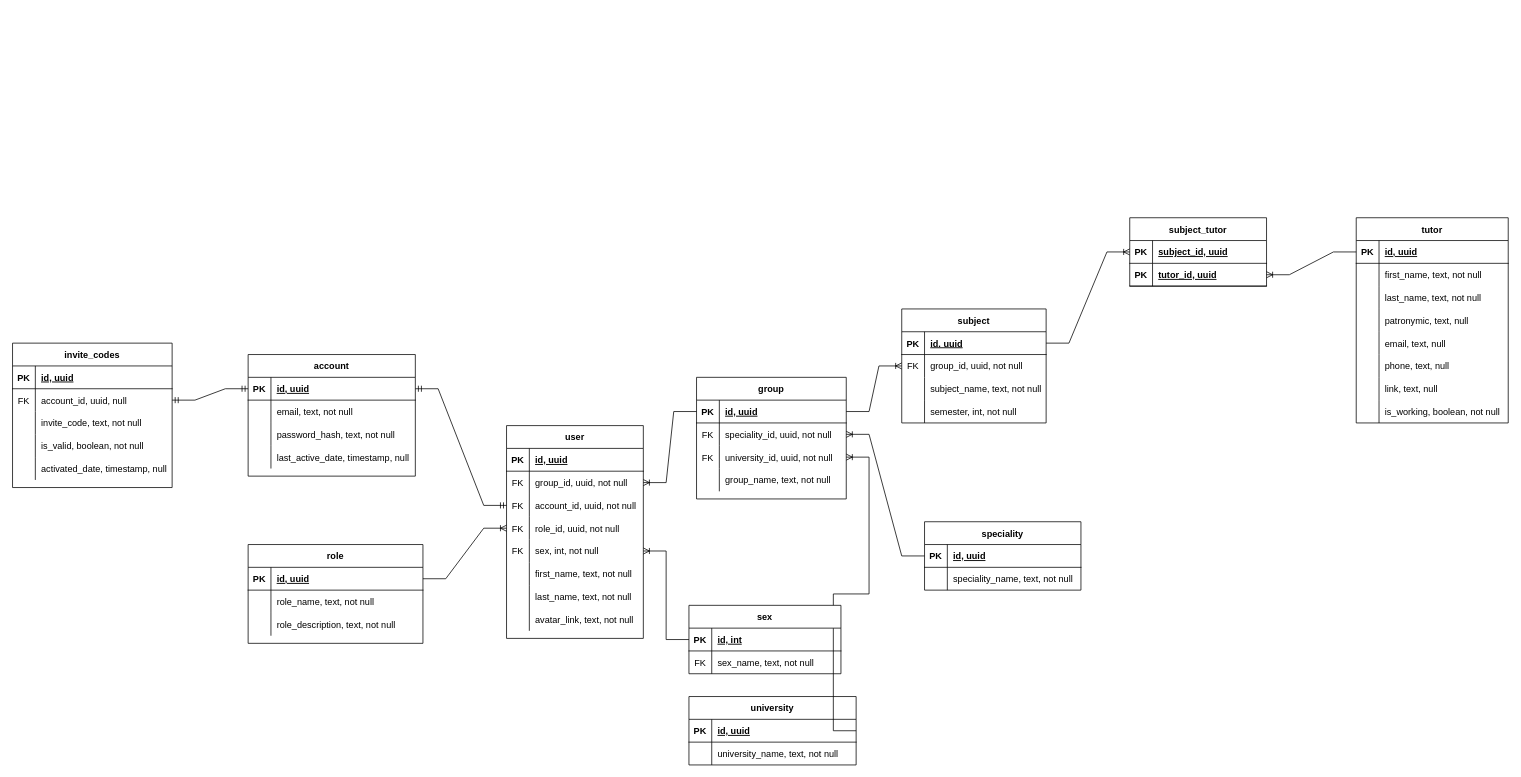
Earlier version of the draw.io diagram databases/physical_erd_dadyarri.drawio (student-archive/docs). Source tidied: cells renumbered, new cells numbered last; positions are measured from the earlier drawing's top-left corner, leaving out a move shared by most shapes. Both pictures are drawn from the tidied source at 76%, with x=0, y=0 at pixel (12, 217).
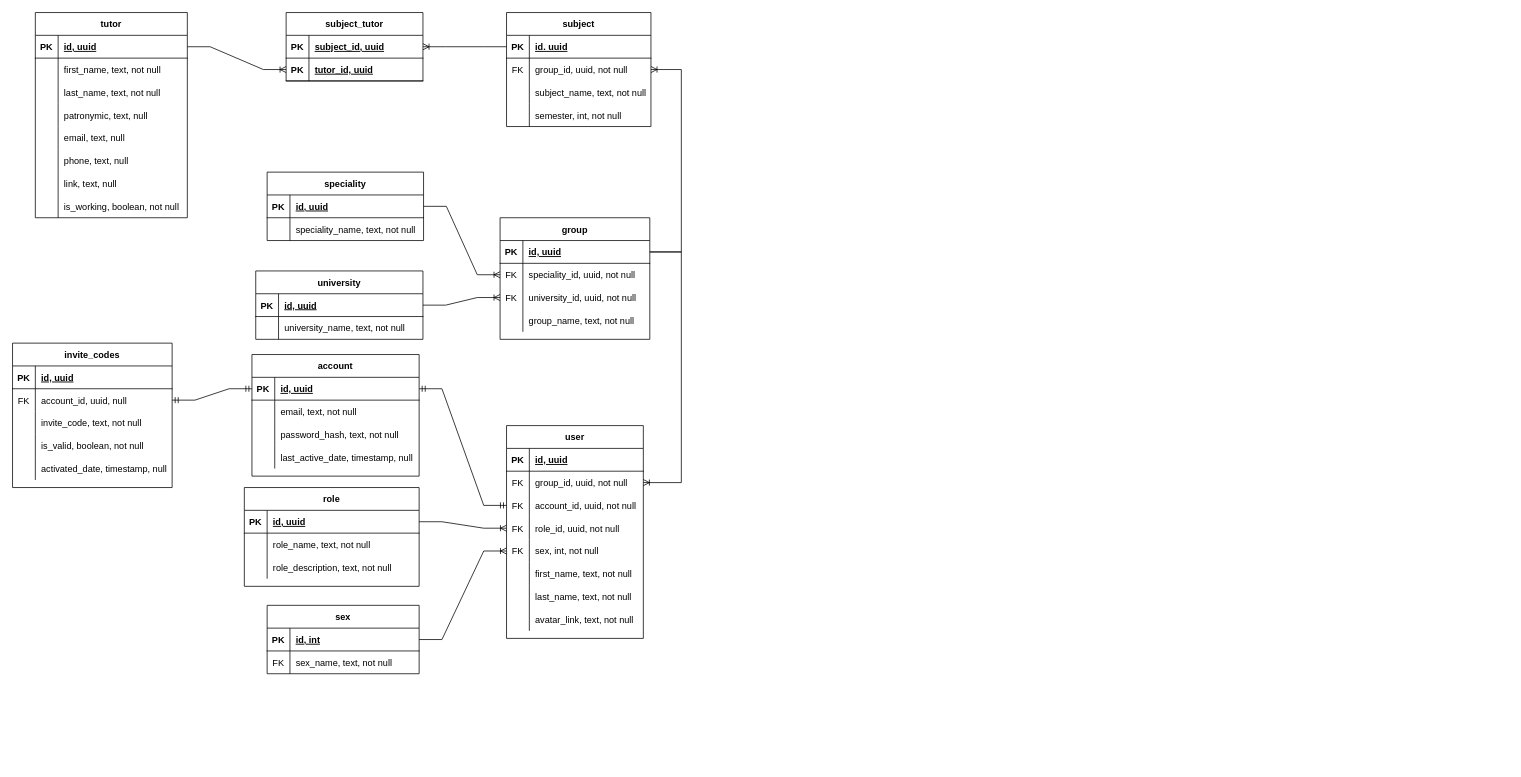
The same page after the edit.

Commit message:
fix(databases): change tables location

Unchanged cells that the change refers to:
```xml
<mxCell id="3" style="shape=tableRow;horizontal=0;startSize=0;swimlaneHead=0;swimlaneBody=0;fillColor=none;points=[[0,0.5],[1,0.5]];portConstraint=eastwest;top=0;left=0;right=0;bottom=1;" parent="2" vertex="1">
  <mxGeometry y="30" width="197" height="30" as="geometry" />
</mxCell>
<mxCell id="6" style="shape=tableRow;horizontal=0;startSize=0;swimlaneHead=0;swimlaneBody=0;fillColor=none;points=[[0,0.5],[1,0.5]];portConstraint=eastwest;top=0;left=0;right=0;bottom=0;" parent="2" vertex="1">
  <mxGeometry y="60" width="197" height="30" as="geometry" />
</mxCell>
<mxCell id="9" style="shape=tableRow;horizontal=0;startSize=0;swimlaneHead=0;swimlaneBody=0;fillColor=none;points=[[0,0.5],[1,0.5]];portConstraint=eastwest;top=0;left=0;right=0;bottom=0;" parent="2" vertex="1">
  <mxGeometry y="90" width="197" height="30" as="geometry" />
</mxCell>
<mxCell id="17" style="shape=tableRow;horizontal=0;startSize=0;swimlaneHead=0;swimlaneBody=0;fillColor=none;points=[[0,0.5],[1,0.5]];portConstraint=eastwest;top=0;left=0;right=0;bottom=1;" parent="16" vertex="1">
  <mxGeometry y="30" width="190" height="30" as="geometry" />
</mxCell>
<mxCell id="20" style="shape=tableRow;horizontal=0;startSize=0;swimlaneHead=0;swimlaneBody=0;fillColor=none;points=[[0,0.5],[1,0.5]];portConstraint=eastwest;top=0;left=0;right=0;bottom=0;" parent="16" vertex="1">
  <mxGeometry y="60" width="190" height="30" as="geometry" />
</mxCell>
<mxCell id="31" style="shape=tableRow;horizontal=0;startSize=0;swimlaneHead=0;swimlaneBody=0;fillColor=none;points=[[0,0.5],[1,0.5]];portConstraint=eastwest;top=0;left=0;right=0;bottom=1;" parent="30" vertex="1">
  <mxGeometry y="30" width="200" height="30" as="geometry" />
</mxCell>
<mxCell id="72" style="shape=tableRow;horizontal=0;startSize=0;swimlaneHead=0;swimlaneBody=0;fillColor=none;points=[[0,0.5],[1,0.5]];portConstraint=eastwest;top=0;left=0;right=0;bottom=0;" parent="68" vertex="1">
  <mxGeometry y="60" width="180" height="30" as="geometry" />
</mxCell>
<mxCell id="81" style="shape=tableRow;horizontal=0;startSize=0;swimlaneHead=0;swimlaneBody=0;fillColor=none;points=[[0,0.5],[1,0.5]];portConstraint=eastwest;top=0;left=0;right=0;bottom=0;" parent="68" vertex="1">
  <mxGeometry y="150" width="180" height="30" as="geometry" />
</mxCell>
<mxCell id="124" style="shape=tableRow;horizontal=0;startSize=0;swimlaneHead=0;swimlaneBody=0;fillColor=none;points=[[0,0.5],[1,0.5]];portConstraint=eastwest;top=0;left=0;right=0;bottom=1;" parent="123" vertex="1">
  <mxGeometry y="30" width="180" height="30" as="geometry" />
</mxCell>
<mxCell id="127" style="shape=tableRow;horizontal=0;startSize=0;swimlaneHead=0;swimlaneBody=0;fillColor=none;points=[[0,0.5],[1,0.5]];portConstraint=eastwest;top=0;left=0;right=0;bottom=1;" parent="123" vertex="1">
  <mxGeometry y="60" width="180" height="30" as="geometry" />
</mxCell>
<mxCell id="133" style="shape=tableRow;horizontal=0;startSize=0;swimlaneHead=0;swimlaneBody=0;fillColor=none;points=[[0,0.5],[1,0.5]];portConstraint=eastwest;top=0;left=0;right=0;bottom=1;" parent="132" vertex="1">
  <mxGeometry y="30" width="205.8" height="30" as="geometry" />
</mxCell>
<mxCell id="140" style="shape=tableRow;horizontal=0;startSize=0;swimlaneHead=0;swimlaneBody=0;fillColor=none;points=[[0,0.5],[1,0.5]];portConstraint=eastwest;top=0;left=0;right=0;bottom=1;" parent="139" vertex="1">
  <mxGeometry y="30" width="220" height="30" as="geometry" />
</mxCell>
<mxCell id="148" style="shape=tableRow;horizontal=0;startSize=0;swimlaneHead=0;swimlaneBody=0;fillColor=none;points=[[0,0.5],[1,0.5]];portConstraint=eastwest;top=0;left=0;right=0;bottom=1;" parent="147" vertex="1">
  <mxGeometry y="30" width="200" height="30" as="geometry" />
</mxCell>
```

Diff of the diagram source:
```diff
@@
     <mxCell id="2" value="group" style="shape=table;startSize=30;childLayout=tableLayout;rowLines=0;fontStyle=1;align=center;" parent="1" vertex="1">
-      <mxGeometry x="900" y="210" width="197" height="160" as="geometry" />
+      <mxGeometry x="641.5" width="197" height="160" as="geometry" />
     </mxCell>
@@
-    <mxCell id="15" style="edgeStyle=entityRelationEdgeStyle;fontSize=12;html=1;endArrow=ERoneToMany;rounded=0;entryX=1;entryY=0.5;entryDx=0;entryDy=0;exitX=0;exitY=0.5;exitDx=0;exitDy=0;" parent="1" edge="1" source="133" target="6">
+    <mxCell id="15" style="edgeStyle=entityRelationEdgeStyle;fontSize=12;html=1;endArrow=ERoneToMany;rounded=0;exitX=1;exitY=0.5;exitDx=0;exitDy=0;entryX=0;entryY=0.5;entryDx=0;entryDy=0;" parent="1" edge="1" source="133" target="6">
       <mxGeometry relative="1" as="geometry" />
     </mxCell>
     <mxCell id="16" value="subject" style="shape=table;startSize=30;childLayout=tableLayout;rowLines=0;fontStyle=1;align=center;" parent="1" vertex="1">
-      <mxGeometry x="1170" y="120" width="190" height="150" as="geometry" />
+      <mxGeometry x="650" y="-270" width="190" height="150" as="geometry" />
     </mxCell>
@@
-    <mxCell id="29" style="edgeStyle=entityRelationEdgeStyle;fontSize=12;html=1;endArrow=ERoneToMany;rounded=0;entryX=0;entryY=0.5;entryDx=0;entryDy=0;exitX=1;exitY=0.5;exitDx=0;exitDy=0;" parent="1" edge="1" source="3" target="20">
-      <mxGeometry relative="1" as="geometry" />
+    <mxCell id="29" style="edgeStyle=elbowEdgeStyle;fontSize=12;html=1;endArrow=ERoneToMany;rounded=0;entryX=1;entryY=0.5;entryDx=0;entryDy=0;exitX=1;exitY=0.5;exitDx=0;exitDy=0;" parent="1" edge="1" source="3" target="20">
+      <mxGeometry relative="1" as="geometry">
+        <Array as="points">
+          <mxPoint x="880" y="-80" />
+        </Array>
+      </mxGeometry>
     </mxCell>
     <mxCell id="30" value="tutor" style="shape=table;startSize=30;childLayout=tableLayout;rowLines=0;fontStyle=1;align=center;" parent="1" vertex="1">
-      <mxGeometry x="1768" width="200" height="270" as="geometry" />
+      <mxGeometry x="30" y="-270" width="200" height="270" as="geometry" />
     </mxCell>
@@
     <mxCell id="55" value="account" style="shape=table;startSize=30;childLayout=tableLayout;rowLines=0;fontStyle=1;align=center;" parent="1" vertex="1">
-      <mxGeometry x="310" y="180" width="220" height="160" as="geometry" />
+      <mxGeometry x="315" y="180" width="220" height="160" as="geometry" />
     </mxCell>
@@
     <mxCell id="93" value="role" style="shape=table;startSize=30;childLayout=tableLayout;rowLines=0;fontStyle=1;align=center;" parent="1" vertex="1">
-      <mxGeometry x="310" y="430" width="230" height="130" as="geometry" />
+      <mxGeometry x="305" y="355" width="230" height="130" as="geometry" />
     </mxCell>
@@
-    <mxCell id="105" style="edgeStyle=entityRelationEdgeStyle;fontSize=12;html=1;endArrow=ERoneToMany;rounded=0;entryX=1;entryY=0.5;entryDx=0;entryDy=0;exitX=0;exitY=0.5;exitDx=0;exitDy=0;" parent="1" edge="1" source="3" target="72">
-      <mxGeometry relative="1" as="geometry" />
+    <mxCell id="105" style="edgeStyle=elbowEdgeStyle;fontSize=12;html=1;endArrow=ERoneToMany;rounded=0;entryX=1;entryY=0.5;entryDx=0;entryDy=0;exitX=1;exitY=0.5;exitDx=0;exitDy=0;" parent="1" edge="1" source="3" target="72">
+      <mxGeometry relative="1" as="geometry">
+        <Array as="points">
+          <mxPoint x="880" y="180" />
+        </Array>
+      </mxGeometry>
     </mxCell>
@@
     <mxCell id="123" value="subject_tutor" style="shape=table;startSize=30;childLayout=tableLayout;rowLines=0;fontStyle=1;align=center;" parent="1" vertex="1">
-      <mxGeometry x="1470" width="180" height="90" as="geometry" />
+      <mxGeometry x="360" y="-270" width="180" height="90" as="geometry" />
     </mxCell>
@@
-    <mxCell id="130" style="edgeStyle=entityRelationEdgeStyle;fontSize=12;html=1;endArrow=ERoneToMany;rounded=0;exitX=1;exitY=0.5;exitDx=0;exitDy=0;entryX=0;entryY=0.5;entryDx=0;entryDy=0;" parent="1" edge="1" source="17" target="124">
+    <mxCell id="130" style="edgeStyle=entityRelationEdgeStyle;fontSize=12;html=1;endArrow=ERoneToMany;rounded=0;entryX=1;entryY=0.5;entryDx=0;entryDy=0;exitX=0;exitY=0.5;exitDx=0;exitDy=0;" parent="1" edge="1" source="17" target="124">
       <mxGeometry relative="1" as="geometry" />
     </mxCell>
-    <mxCell id="131" style="edgeStyle=entityRelationEdgeStyle;fontSize=12;html=1;endArrow=ERoneToMany;rounded=0;exitX=0;exitY=0.5;exitDx=0;exitDy=0;entryX=1;entryY=0.5;entryDx=0;entryDy=0;" parent="1" edge="1" source="31" target="127">
+    <mxCell id="131" style="edgeStyle=entityRelationEdgeStyle;fontSize=12;html=1;endArrow=ERoneToMany;rounded=0;exitX=1;exitY=0.5;exitDx=0;exitDy=0;entryX=0;entryY=0.5;entryDx=0;entryDy=0;" parent="1" edge="1" source="31" target="127">
       <mxGeometry relative="1" as="geometry" />
     </mxCell>
     <mxCell id="132" value="speciality" style="shape=table;startSize=30;childLayout=tableLayout;rowLines=0;fontStyle=1;align=center;" parent="1" vertex="1">
-      <mxGeometry x="1200" y="400" width="205.8" height="90" as="geometry" />
+      <mxGeometry x="335" y="-60" width="205.8" height="90" as="geometry" />
     </mxCell>
@@
     <mxCell id="139" value="university" style="shape=table;startSize=30;childLayout=tableLayout;rowLines=0;fontStyle=1;align=center;" parent="1" vertex="1">
-      <mxGeometry x="890" y="630" width="220" height="90" as="geometry" />
+      <mxGeometry x="320" y="70" width="220" height="90" as="geometry" />
     </mxCell>
@@
-    <mxCell id="146" style="edgeStyle=entityRelationEdgeStyle;fontSize=12;html=1;endArrow=ERoneToMany;rounded=0;entryX=1;entryY=0.5;entryDx=0;entryDy=0;exitX=1;exitY=0.5;exitDx=0;exitDy=0;" parent="1" edge="1" source="140" target="9">
+    <mxCell id="146" style="edgeStyle=entityRelationEdgeStyle;fontSize=12;html=1;endArrow=ERoneToMany;rounded=0;entryX=0;entryY=0.5;entryDx=0;entryDy=0;exitX=1;exitY=0.5;exitDx=0;exitDy=0;" parent="1" edge="1" source="140" target="9">
       <mxGeometry relative="1" as="geometry" />
     </mxCell>
     <mxCell id="147" value="sex" style="shape=table;startSize=30;childLayout=tableLayout;rowLines=0;fontStyle=1;align=center;" parent="1" vertex="1">
-      <mxGeometry x="890" y="510" width="200" height="90" as="geometry" />
+      <mxGeometry x="335" y="510" width="200" height="90" as="geometry" />
     </mxCell>
@@
-    <mxCell id="154" style="edgeStyle=entityRelationEdgeStyle;fontSize=12;html=1;endArrow=ERoneToMany;rounded=0;entryX=1;entryY=0.5;entryDx=0;entryDy=0;exitX=0;exitY=0.5;exitDx=0;exitDy=0;" parent="1" edge="1" source="148" target="81">
+    <mxCell id="154" style="edgeStyle=entityRelationEdgeStyle;fontSize=12;html=1;endArrow=ERoneToMany;rounded=0;entryX=0;entryY=0.5;entryDx=0;entryDy=0;exitX=1;exitY=0.5;exitDx=0;exitDy=0;" parent="1" edge="1" source="148" target="81">
       <mxGeometry relative="1" as="geometry" />
     </mxCell>
```
